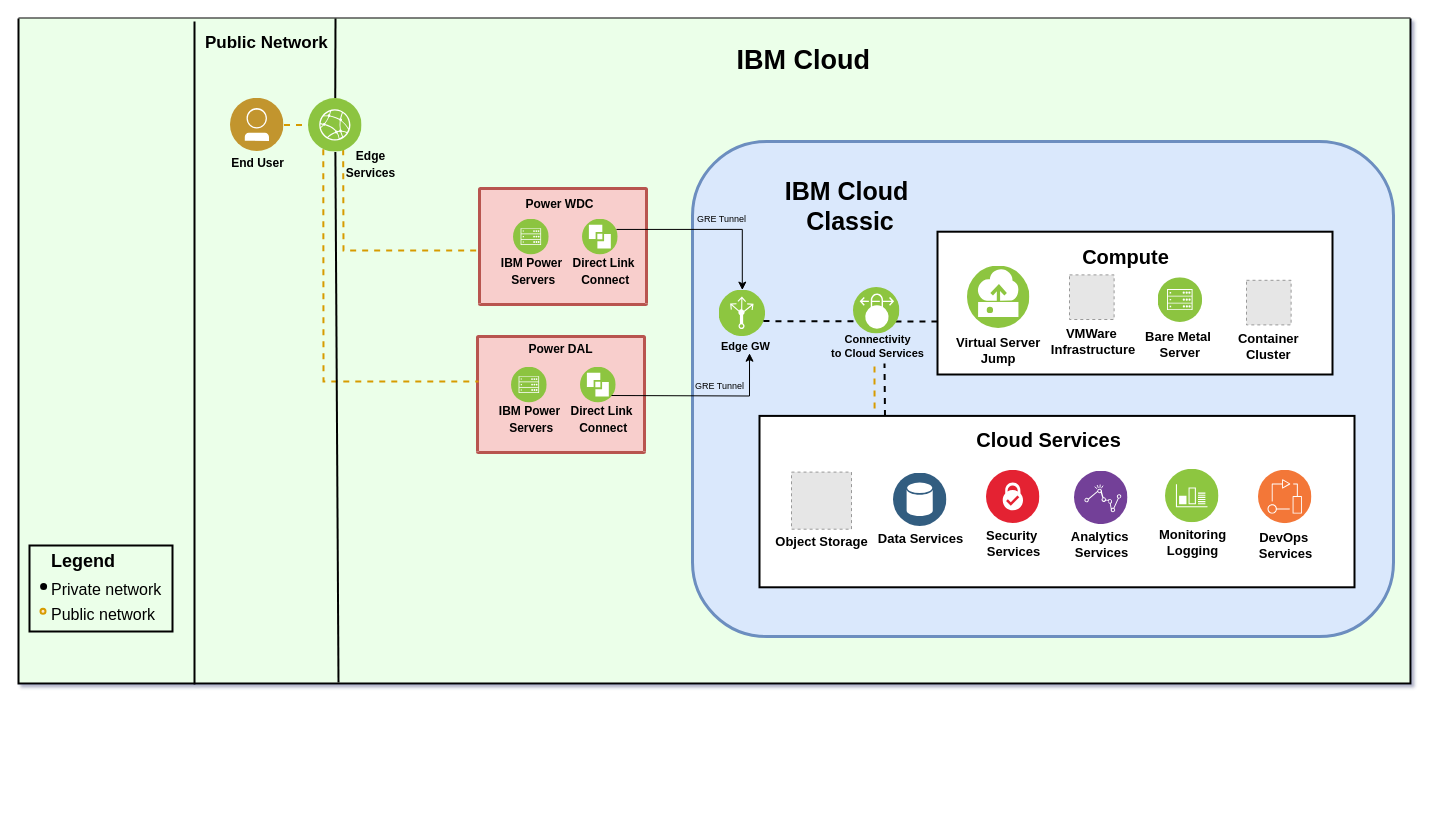
Earlier version of the draw.io diagram page "network-colo-to-colo-gre" (6 of 8) of diagrams/power-iaas-diagram-enhanced.drawio (ibm-cloud-docs/power-iaas). Source tidied: cells renumbered, new cells numbered last; positions are measured from the earlier drawing's top-left corner, leaving out a move shared by most shapes. Both pictures are drawn from the tidied source at 100%, with x=0, y=0 at pixel (18, 18). Pictures stored in the file or linked from it are replaced by grey dashed boxes.
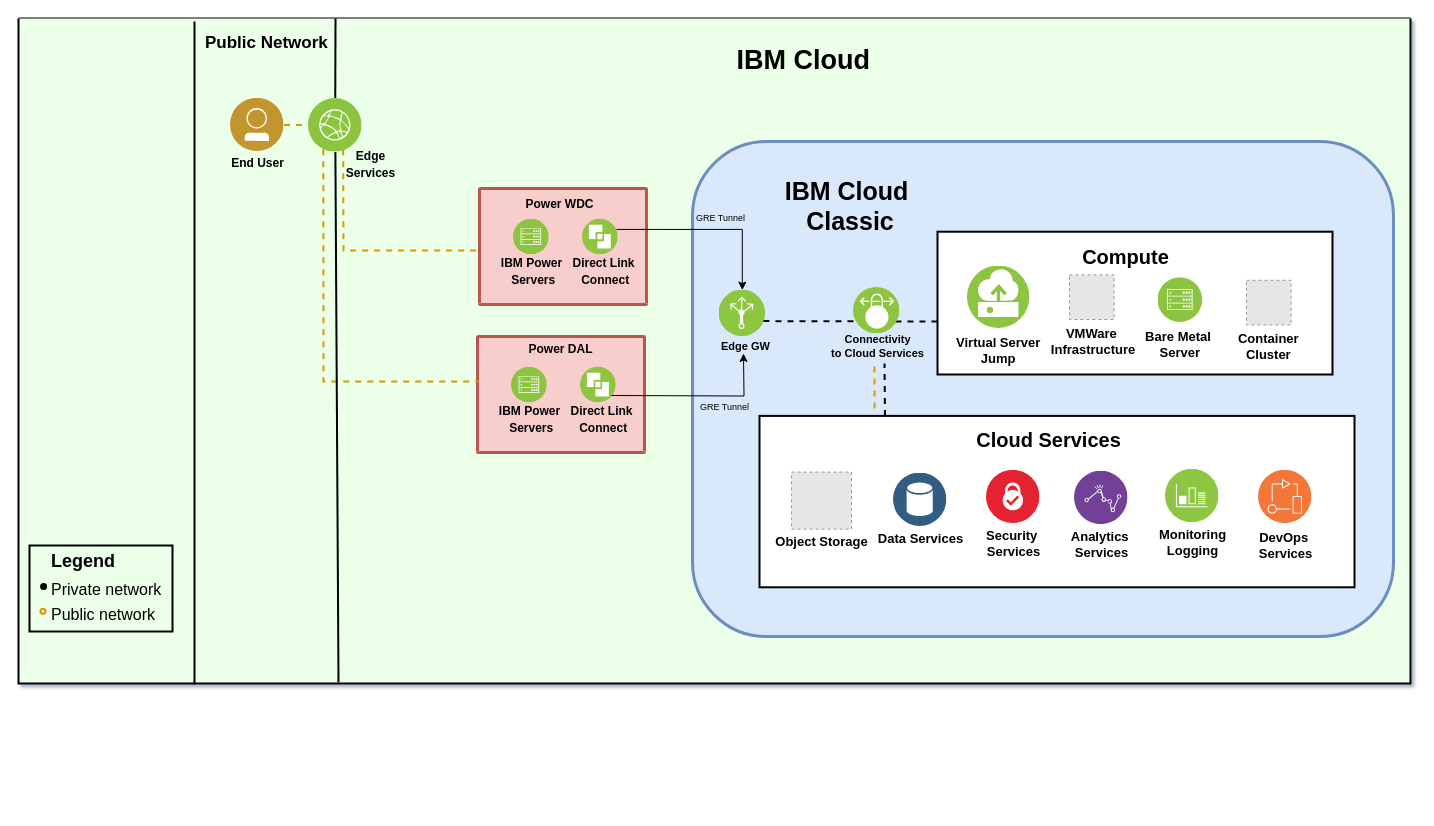
The same diagram, later.

The change refers to these unchanged cells:
```xml
<mxCell id="4" style="swimlane;shadow=0;align=right;startSize=0;strokeWidth=2;fontStyle=1;fontSize=10;verticalAlign=top;spacingTop=-6;html=1;labelBackgroundColor=none;swimlaneLine=1;swimlaneFillColor=#EBFFE9;fillColor=none;strokeColor=#000000;fontColor=#000000;" parent="3" vertex="1">
  <mxGeometry y="-29" width="1392" height="665" as="geometry" />
</mxCell>
<mxCell id="12" value="&lt;font style=&quot;font-size: 11px&quot;&gt;&lt;b&gt;Edge GW&lt;/b&gt;&lt;/font&gt;" style="text;html=1;points=[];align=left;verticalAlign=top;spacingTop=-4;fontColor=none;" parent="4" vertex="1">
  <mxGeometry x="700.6" y="318" width="60" height="15" as="geometry" />
</mxCell>
<mxCell id="64" style="edgeStyle=orthogonalEdgeStyle;rounded=0;jettySize=auto;html=1;exitX=1;exitY=0.25;exitDx=0;exitDy=0;" parent="4" edge="1" source="56" target="63">
  <mxGeometry relative="1" as="geometry" />
</mxCell>
```

What changed in the source:
```diff
@@
-    <mxCell id="61" style="edgeStyle=orthogonalEdgeStyle;rounded=0;jettySize=auto;html=1;entryX=0.507;entryY=1.114;entryDx=0;entryDy=0;entryPerimeter=0;" parent="4" edge="1" target="12">
+    <mxCell id="61" style="edgeStyle=orthogonalEdgeStyle;rounded=0;orthogonalLoop=1;jettySize=auto;html=1;" parent="4" edge="1">
       <mxGeometry relative="1" as="geometry">
         <mxPoint x="593" y="377" as="sourcePoint" />
+        <mxPoint x="725" y="335" as="targetPoint" />
       </mxGeometry>
     </mxCell>
     <mxCell id="62" value="GRE Tunnel" style="text;html=1;align=center;verticalAlign=middle;labelBackgroundColor=none;fontSize=9;" parent="61" vertex="1">
       <mxGeometry x="-0.3" y="-1" relative="1" as="geometry">
-        <mxPoint x="44.8" y="-11" as="offset" />
+        <mxPoint x="51.4" y="10" as="offset" />
       </mxGeometry>
     </mxCell>
@@
     <mxCell id="65" value="GRE Tunnel" style="text;html=1;align=center;verticalAlign=middle;labelBackgroundColor=none;spacingTop=0;spacingBottom=21;spacingLeft=0;labelBorderColor=none;fontStyle=0;spacingRight=-150;fontSize=9;" parent="64" vertex="1">
       <mxGeometry x="-0.37" relative="1" as="geometry">
-        <mxPoint x="-29.8" y="0.2" as="offset" />
+        <mxPoint x="-30.7" y="-0.7" as="offset" />
       </mxGeometry>
     </mxCell>
```
